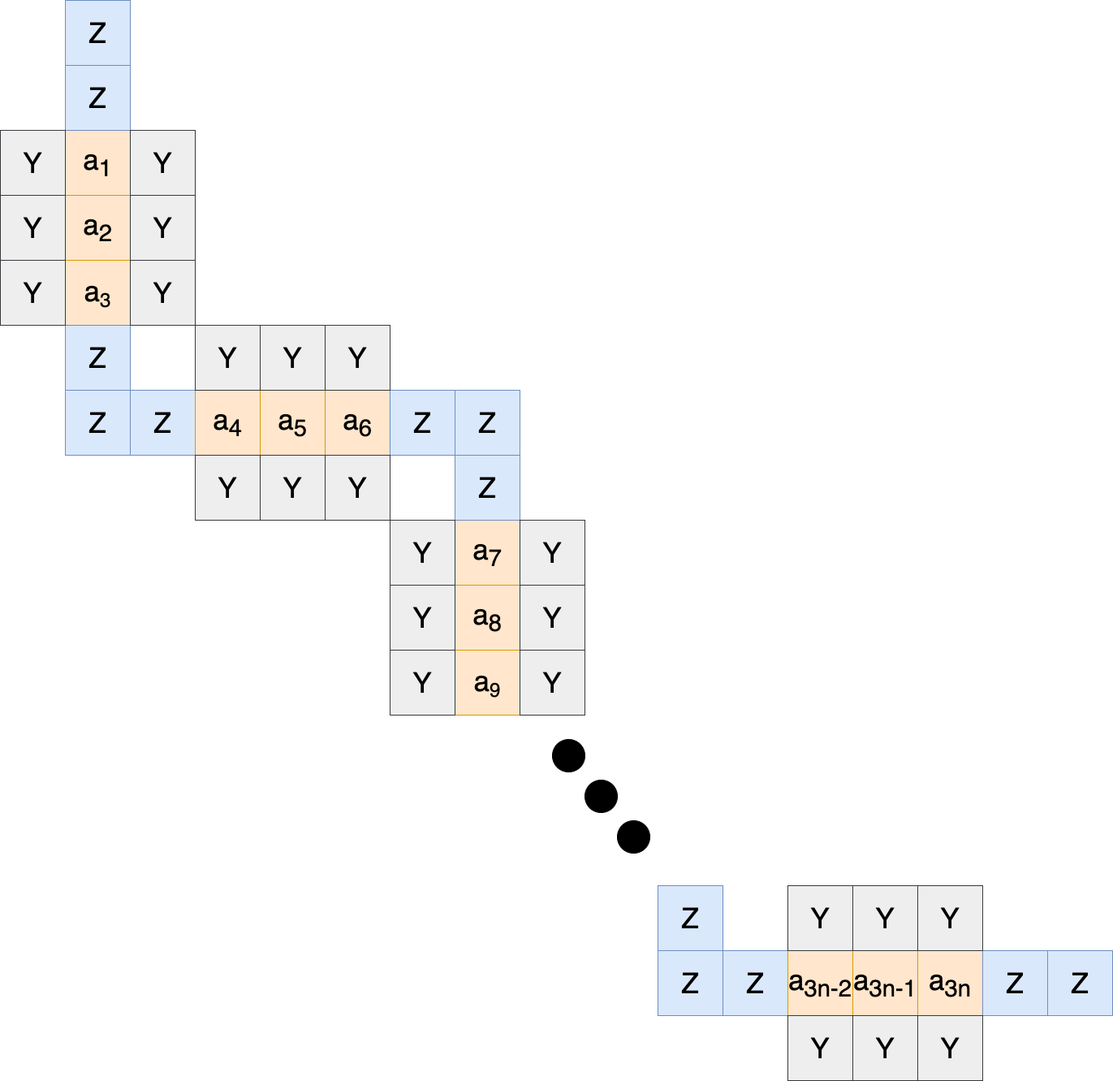
Earlier version of the draw.io export assets/images/bananagrams_big_correct.png (subhashk01/subhash-other-website). Source tidied: cells renumbered, new cells last; positions are measured from the earlier drawing's top-left corner, leaving out a move shared by most shapes.
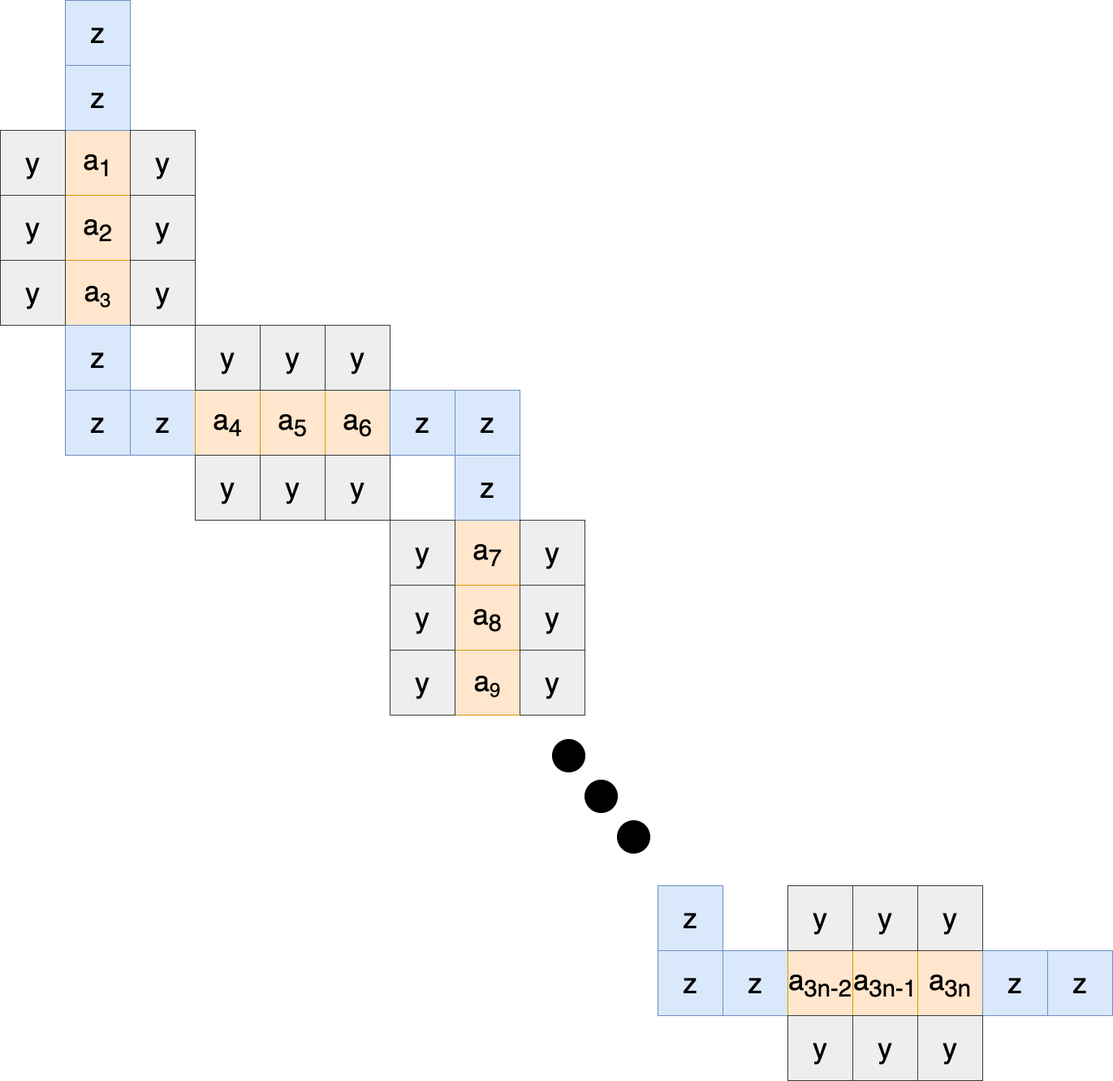
The same diagram one commit later.

Diff of the diagram source:
```diff
@@ -8,16 +8,16 @@
     <mxCell id="3" value="a&lt;sub&gt;2&lt;/sub&gt;" style="whiteSpace=wrap;html=1;fontSize=35;fontStyle=0;fillColor=#ffe6cc;strokeColor=#d79b00;" parent="1" vertex="1">
       <mxGeometry x="80" y="240" width="80" height="80" as="geometry" />
     </mxCell>
-    <mxCell id="4" value="Z" style="whiteSpace=wrap;html=1;fontSize=35;fontStyle=0;fillColor=#dae8fc;strokeColor=#6c8ebf;" parent="1" vertex="1">
+    <mxCell id="4" value="z" style="whiteSpace=wrap;html=1;fontSize=35;fontStyle=0;fillColor=#dae8fc;strokeColor=#6c8ebf;" parent="1" vertex="1">
       <mxGeometry x="80" y="80" width="80" height="80" as="geometry" />
     </mxCell>
     <mxCell id="5" value="a&lt;span style=&quot;font-size: 29.1667px;&quot;&gt;&lt;sub&gt;3&lt;/sub&gt;&lt;/span&gt;" style="whiteSpace=wrap;html=1;fontSize=35;fontStyle=0;fillColor=#ffe6cc;strokeColor=#d79b00;" parent="1" vertex="1">
       <mxGeometry x="80" y="320" width="80" height="80" as="geometry" />
     </mxCell>
-    <mxCell id="6" value="Z" style="whiteSpace=wrap;html=1;fontSize=35;fontStyle=0;fillColor=#dae8fc;strokeColor=#6c8ebf;" parent="1" vertex="1">
+    <mxCell id="6" value="z" style="whiteSpace=wrap;html=1;fontSize=35;fontStyle=0;fillColor=#dae8fc;strokeColor=#6c8ebf;" parent="1" vertex="1">
       <mxGeometry x="80" y="400" width="80" height="80" as="geometry" />
     </mxCell>
-    <mxCell id="7" value="Z" style="whiteSpace=wrap;html=1;fontSize=35;fontStyle=0;fillColor=#dae8fc;strokeColor=#6c8ebf;" parent="1" vertex="1">
+    <mxCell id="7" value="z" style="whiteSpace=wrap;html=1;fontSize=35;fontStyle=0;fillColor=#dae8fc;strokeColor=#6c8ebf;" parent="1" vertex="1">
       <mxGeometry x="160" y="480" width="80" height="80" as="geometry" />
     </mxCell>
     <mxCell id="8" value="a&lt;sub&gt;4&lt;/sub&gt;" style="whiteSpace=wrap;html=1;fontSize=35;fontStyle=0;fillColor=#ffe6cc;strokeColor=#d79b00;" parent="1" vertex="1">
@@ -26,55 +26,55 @@
     <mxCell id="9" value="a&lt;sub&gt;5&lt;/sub&gt;" style="whiteSpace=wrap;html=1;fontSize=35;fontStyle=0;fillColor=#ffe6cc;strokeColor=#d79b00;" parent="1" vertex="1">
       <mxGeometry x="320" y="480" width="80" height="80" as="geometry" />
     </mxCell>
-    <mxCell id="10" value="Z" style="whiteSpace=wrap;html=1;fontSize=35;fontStyle=0;fillColor=#dae8fc;strokeColor=#6c8ebf;" parent="1" vertex="1">
+    <mxCell id="10" value="z" style="whiteSpace=wrap;html=1;fontSize=35;fontStyle=0;fillColor=#dae8fc;strokeColor=#6c8ebf;" parent="1" vertex="1">
       <mxGeometry x="80" width="80" height="80" as="geometry" />
     </mxCell>
-    <mxCell id="11" value="Z" style="whiteSpace=wrap;html=1;fontSize=35;fontStyle=0;fillColor=#dae8fc;strokeColor=#6c8ebf;" parent="1" vertex="1">
+    <mxCell id="11" value="z" style="whiteSpace=wrap;html=1;fontSize=35;fontStyle=0;fillColor=#dae8fc;strokeColor=#6c8ebf;" parent="1" vertex="1">
       <mxGeometry x="80" y="480" width="80" height="80" as="geometry" />
     </mxCell>
     <mxCell id="12" value="a&lt;sub&gt;6&lt;/sub&gt;" style="whiteSpace=wrap;html=1;fontSize=35;fontStyle=0;fillColor=#ffe6cc;strokeColor=#d79b00;" parent="1" vertex="1">
       <mxGeometry x="400" y="480" width="80" height="80" as="geometry" />
     </mxCell>
-    <mxCell id="13" value="Z" style="whiteSpace=wrap;html=1;fontSize=35;fontStyle=0;fillColor=#dae8fc;strokeColor=#6c8ebf;" parent="1" vertex="1">
+    <mxCell id="13" value="z" style="whiteSpace=wrap;html=1;fontSize=35;fontStyle=0;fillColor=#dae8fc;strokeColor=#6c8ebf;" parent="1" vertex="1">
       <mxGeometry x="480" y="480" width="80" height="80" as="geometry" />
     </mxCell>
-    <mxCell id="14" value="Z" style="whiteSpace=wrap;html=1;fontSize=35;fontStyle=0;fillColor=#dae8fc;strokeColor=#6c8ebf;" parent="1" vertex="1">
+    <mxCell id="14" value="z" style="whiteSpace=wrap;html=1;fontSize=35;fontStyle=0;fillColor=#dae8fc;strokeColor=#6c8ebf;" parent="1" vertex="1">
       <mxGeometry x="560" y="480" width="80" height="80" as="geometry" />
     </mxCell>
-    <mxCell id="15" value="Y" style="whiteSpace=wrap;html=1;fontSize=35;fontStyle=0;fillColor=#eeeeee;strokeColor=#36393d;" parent="1" vertex="1">
+    <mxCell id="15" value="y" style="whiteSpace=wrap;html=1;fontSize=35;fontStyle=0;fillColor=#eeeeee;strokeColor=#36393d;" parent="1" vertex="1">
       <mxGeometry x="160" y="160" width="80" height="80" as="geometry" />
     </mxCell>
-    <mxCell id="16" value="Y" style="whiteSpace=wrap;html=1;fontSize=35;fontStyle=0;fillColor=#eeeeee;strokeColor=#36393d;" parent="1" vertex="1">
+    <mxCell id="16" value="y" style="whiteSpace=wrap;html=1;fontSize=35;fontStyle=0;fillColor=#eeeeee;strokeColor=#36393d;" parent="1" vertex="1">
       <mxGeometry x="160" y="240" width="80" height="80" as="geometry" />
     </mxCell>
-    <mxCell id="17" value="Y" style="whiteSpace=wrap;html=1;fontSize=35;fontStyle=0;fillColor=#eeeeee;strokeColor=#36393d;" parent="1" vertex="1">
+    <mxCell id="17" value="y" style="whiteSpace=wrap;html=1;fontSize=35;fontStyle=0;fillColor=#eeeeee;strokeColor=#36393d;" parent="1" vertex="1">
       <mxGeometry x="160" y="320" width="80" height="80" as="geometry" />
     </mxCell>
-    <mxCell id="18" value="Y" style="whiteSpace=wrap;html=1;fontSize=35;fontStyle=0;fillColor=#eeeeee;strokeColor=#36393d;" parent="1" vertex="1">
+    <mxCell id="18" value="y" style="whiteSpace=wrap;html=1;fontSize=35;fontStyle=0;fillColor=#eeeeee;strokeColor=#36393d;" parent="1" vertex="1">
       <mxGeometry y="160" width="80" height="80" as="geometry" />
     </mxCell>
-    <mxCell id="19" value="Y" style="whiteSpace=wrap;html=1;fontSize=35;fontStyle=0;fillColor=#eeeeee;strokeColor=#36393d;" parent="1" vertex="1">
+    <mxCell id="19" value="y" style="whiteSpace=wrap;html=1;fontSize=35;fontStyle=0;fillColor=#eeeeee;strokeColor=#36393d;" parent="1" vertex="1">
       <mxGeometry y="240" width="80" height="80" as="geometry" />
     </mxCell>
-    <mxCell id="20" value="Y" style="whiteSpace=wrap;html=1;fontSize=35;fontStyle=0;fillColor=#eeeeee;strokeColor=#36393d;" parent="1" vertex="1">
+    <mxCell id="20" value="y" style="whiteSpace=wrap;html=1;fontSize=35;fontStyle=0;fillColor=#eeeeee;strokeColor=#36393d;" parent="1" vertex="1">
       <mxGeometry y="320" width="80" height="80" as="geometry" />
     </mxCell>
-    <mxCell id="21" value="Y" style="whiteSpace=wrap;html=1;fontSize=35;fontStyle=0;fillColor=#eeeeee;strokeColor=#36393d;" parent="1" vertex="1">
+    <mxCell id="21" value="y" style="whiteSpace=wrap;html=1;fontSize=35;fontStyle=0;fillColor=#eeeeee;strokeColor=#36393d;" parent="1" vertex="1">
       <mxGeometry x="240" y="400" width="80" height="80" as="geometry" />
     </mxCell>
-    <mxCell id="22" value="Y" style="whiteSpace=wrap;html=1;fontSize=35;fontStyle=0;fillColor=#eeeeee;strokeColor=#36393d;" parent="1" vertex="1">
+    <mxCell id="22" value="y" style="whiteSpace=wrap;html=1;fontSize=35;fontStyle=0;fillColor=#eeeeee;strokeColor=#36393d;" parent="1" vertex="1">
       <mxGeometry x="320" y="400" width="80" height="80" as="geometry" />
     </mxCell>
-    <mxCell id="23" value="Y" style="whiteSpace=wrap;html=1;fontSize=35;fontStyle=0;fillColor=#eeeeee;strokeColor=#36393d;" parent="1" vertex="1">
+    <mxCell id="23" value="y" style="whiteSpace=wrap;html=1;fontSize=35;fontStyle=0;fillColor=#eeeeee;strokeColor=#36393d;" parent="1" vertex="1">
       <mxGeometry x="400" y="400" width="80" height="80" as="geometry" />
     </mxCell>
-    <mxCell id="24" value="Y" style="whiteSpace=wrap;html=1;fontSize=35;fontStyle=0;fillColor=#eeeeee;strokeColor=#36393d;" parent="1" vertex="1">
+    <mxCell id="24" value="y" style="whiteSpace=wrap;html=1;fontSize=35;fontStyle=0;fillColor=#eeeeee;strokeColor=#36393d;" parent="1" vertex="1">
       <mxGeometry x="240" y="560" width="80" height="80" as="geometry" />
     </mxCell>
-    <mxCell id="25" value="Y" style="whiteSpace=wrap;html=1;fontSize=35;fontStyle=0;fillColor=#eeeeee;strokeColor=#36393d;" parent="1" vertex="1">
+    <mxCell id="25" value="y" style="whiteSpace=wrap;html=1;fontSize=35;fontStyle=0;fillColor=#eeeeee;strokeColor=#36393d;" parent="1" vertex="1">
       <mxGeometry x="320" y="560" width="80" height="80" as="geometry" />
     </mxCell>
-    <mxCell id="26" value="Y" style="whiteSpace=wrap;html=1;fontSize=35;fontStyle=0;fillColor=#eeeeee;strokeColor=#36393d;" parent="1" vertex="1">
+    <mxCell id="26" value="y" style="whiteSpace=wrap;html=1;fontSize=35;fontStyle=0;fillColor=#eeeeee;strokeColor=#36393d;" parent="1" vertex="1">
       <mxGeometry x="400" y="560" width="80" height="80" as="geometry" />
     </mxCell>
     <mxCell id="27" value="a&lt;sub&gt;7&lt;/sub&gt;" style="whiteSpace=wrap;html=1;fontSize=35;fontStyle=0;fillColor=#ffe6cc;strokeColor=#d79b00;" parent="1" vertex="1">
@@ -83,16 +83,16 @@
     <mxCell id="28" value="a&lt;sub&gt;8&lt;/sub&gt;" style="whiteSpace=wrap;html=1;fontSize=35;fontStyle=0;fillColor=#ffe6cc;strokeColor=#d79b00;" parent="1" vertex="1">
       <mxGeometry x="560" y="720" width="80" height="80" as="geometry" />
     </mxCell>
-    <mxCell id="29" value="Z" style="whiteSpace=wrap;html=1;fontSize=35;fontStyle=0;fillColor=#dae8fc;strokeColor=#6c8ebf;" parent="1" vertex="1">
+    <mxCell id="29" value="z" style="whiteSpace=wrap;html=1;fontSize=35;fontStyle=0;fillColor=#dae8fc;strokeColor=#6c8ebf;" parent="1" vertex="1">
       <mxGeometry x="560" y="560" width="80" height="80" as="geometry" />
     </mxCell>
     <mxCell id="30" value="a&lt;span style=&quot;font-size: 29.1667px;&quot;&gt;&lt;sub&gt;9&lt;/sub&gt;&lt;/span&gt;" style="whiteSpace=wrap;html=1;fontSize=35;fontStyle=0;fillColor=#ffe6cc;strokeColor=#d79b00;" parent="1" vertex="1">
       <mxGeometry x="560" y="800" width="80" height="80" as="geometry" />
     </mxCell>
-    <mxCell id="31" value="Z" style="whiteSpace=wrap;html=1;fontSize=35;fontStyle=0;fillColor=#dae8fc;strokeColor=#6c8ebf;" parent="1" vertex="1">
+    <mxCell id="31" value="z" style="whiteSpace=wrap;html=1;fontSize=35;fontStyle=0;fillColor=#dae8fc;strokeColor=#6c8ebf;" parent="1" vertex="1">
       <mxGeometry x="810" y="1090" width="80" height="80" as="geometry" />
     </mxCell>
-    <mxCell id="32" value="Z" style="whiteSpace=wrap;html=1;fontSize=35;fontStyle=0;fillColor=#dae8fc;strokeColor=#6c8ebf;" parent="1" vertex="1">
+    <mxCell id="32" value="z" style="whiteSpace=wrap;html=1;fontSize=35;fontStyle=0;fillColor=#dae8fc;strokeColor=#6c8ebf;" parent="1" vertex="1">
       <mxGeometry x="890" y="1170" width="80" height="80" as="geometry" />
     </mxCell>
     <mxCell id="33" value="a&lt;sub&gt;3n-2&lt;/sub&gt;" style="whiteSpace=wrap;html=1;fontSize=35;fontStyle=0;fillColor=#ffe6cc;strokeColor=#d79b00;" parent="1" vertex="1">
@@ -101,52 +101,52 @@
     <mxCell id="34" value="a&lt;sub&gt;3n-1&lt;/sub&gt;" style="whiteSpace=wrap;html=1;fontSize=35;fontStyle=0;fillColor=#ffe6cc;strokeColor=#d79b00;" parent="1" vertex="1">
       <mxGeometry x="1050" y="1170" width="80" height="80" as="geometry" />
     </mxCell>
-    <mxCell id="35" value="Z" style="whiteSpace=wrap;html=1;fontSize=35;fontStyle=0;fillColor=#dae8fc;strokeColor=#6c8ebf;" parent="1" vertex="1">
+    <mxCell id="35" value="z" style="whiteSpace=wrap;html=1;fontSize=35;fontStyle=0;fillColor=#dae8fc;strokeColor=#6c8ebf;" parent="1" vertex="1">
       <mxGeometry x="810" y="1170" width="80" height="80" as="geometry" />
     </mxCell>
     <mxCell id="36" value="a&lt;sub&gt;3n&lt;/sub&gt;" style="whiteSpace=wrap;html=1;fontSize=35;fontStyle=0;fillColor=#ffe6cc;strokeColor=#d79b00;" parent="1" vertex="1">
       <mxGeometry x="1130" y="1170" width="80" height="80" as="geometry" />
     </mxCell>
-    <mxCell id="37" value="Z" style="whiteSpace=wrap;html=1;fontSize=35;fontStyle=0;fillColor=#dae8fc;strokeColor=#6c8ebf;" parent="1" vertex="1">
+    <mxCell id="37" value="z" style="whiteSpace=wrap;html=1;fontSize=35;fontStyle=0;fillColor=#dae8fc;strokeColor=#6c8ebf;" parent="1" vertex="1">
       <mxGeometry x="1210" y="1170" width="80" height="80" as="geometry" />
     </mxCell>
-    <mxCell id="38" value="Z" style="whiteSpace=wrap;html=1;fontSize=35;fontStyle=0;fillColor=#dae8fc;strokeColor=#6c8ebf;" parent="1" vertex="1">
+    <mxCell id="38" value="z" style="whiteSpace=wrap;html=1;fontSize=35;fontStyle=0;fillColor=#dae8fc;strokeColor=#6c8ebf;" parent="1" vertex="1">
       <mxGeometry x="1290" y="1170" width="80" height="80" as="geometry" />
     </mxCell>
-    <mxCell id="39" value="Y" style="whiteSpace=wrap;html=1;fontSize=35;fontStyle=0;fillColor=#eeeeee;strokeColor=#36393d;" parent="1" vertex="1">
+    <mxCell id="39" value="y" style="whiteSpace=wrap;html=1;fontSize=35;fontStyle=0;fillColor=#eeeeee;strokeColor=#36393d;" parent="1" vertex="1">
       <mxGeometry x="640" y="640" width="80" height="80" as="geometry" />
     </mxCell>
-    <mxCell id="40" value="Y" style="whiteSpace=wrap;html=1;fontSize=35;fontStyle=0;fillColor=#eeeeee;strokeColor=#36393d;" parent="1" vertex="1">
+    <mxCell id="40" value="y" style="whiteSpace=wrap;html=1;fontSize=35;fontStyle=0;fillColor=#eeeeee;strokeColor=#36393d;" parent="1" vertex="1">
       <mxGeometry x="640" y="720" width="80" height="80" as="geometry" />
     </mxCell>
-    <mxCell id="41" value="Y" style="whiteSpace=wrap;html=1;fontSize=35;fontStyle=0;fillColor=#eeeeee;strokeColor=#36393d;" parent="1" vertex="1">
+    <mxCell id="41" value="y" style="whiteSpace=wrap;html=1;fontSize=35;fontStyle=0;fillColor=#eeeeee;strokeColor=#36393d;" parent="1" vertex="1">
       <mxGeometry x="640" y="800" width="80" height="80" as="geometry" />
     </mxCell>
-    <mxCell id="42" value="Y" style="whiteSpace=wrap;html=1;fontSize=35;fontStyle=0;fillColor=#eeeeee;strokeColor=#36393d;" parent="1" vertex="1">
+    <mxCell id="42" value="y" style="whiteSpace=wrap;html=1;fontSize=35;fontStyle=0;fillColor=#eeeeee;strokeColor=#36393d;" parent="1" vertex="1">
       <mxGeometry x="480" y="640" width="80" height="80" as="geometry" />
     </mxCell>
-    <mxCell id="43" value="Y" style="whiteSpace=wrap;html=1;fontSize=35;fontStyle=0;fillColor=#eeeeee;strokeColor=#36393d;" parent="1" vertex="1">
+    <mxCell id="43" value="y" style="whiteSpace=wrap;html=1;fontSize=35;fontStyle=0;fillColor=#eeeeee;strokeColor=#36393d;" parent="1" vertex="1">
       <mxGeometry x="480" y="720" width="80" height="80" as="geometry" />
     </mxCell>
-    <mxCell id="44" value="Y" style="whiteSpace=wrap;html=1;fontSize=35;fontStyle=0;fillColor=#eeeeee;strokeColor=#36393d;" parent="1" vertex="1">
+    <mxCell id="44" value="y" style="whiteSpace=wrap;html=1;fontSize=35;fontStyle=0;fillColor=#eeeeee;strokeColor=#36393d;" parent="1" vertex="1">
       <mxGeometry x="480" y="800" width="80" height="80" as="geometry" />
     </mxCell>
-    <mxCell id="45" value="Y" style="whiteSpace=wrap;html=1;fontSize=35;fontStyle=0;fillColor=#eeeeee;strokeColor=#36393d;" parent="1" vertex="1">
+    <mxCell id="45" value="y" style="whiteSpace=wrap;html=1;fontSize=35;fontStyle=0;fillColor=#eeeeee;strokeColor=#36393d;" parent="1" vertex="1">
       <mxGeometry x="970" y="1090" width="80" height="80" as="geometry" />
     </mxCell>
-    <mxCell id="46" value="Y" style="whiteSpace=wrap;html=1;fontSize=35;fontStyle=0;fillColor=#eeeeee;strokeColor=#36393d;" parent="1" vertex="1">
+    <mxCell id="46" value="y" style="whiteSpace=wrap;html=1;fontSize=35;fontStyle=0;fillColor=#eeeeee;strokeColor=#36393d;" parent="1" vertex="1">
       <mxGeometry x="1050" y="1090" width="80" height="80" as="geometry" />
     </mxCell>
-    <mxCell id="47" value="Y" style="whiteSpace=wrap;html=1;fontSize=35;fontStyle=0;fillColor=#eeeeee;strokeColor=#36393d;" parent="1" vertex="1">
+    <mxCell id="47" value="y" style="whiteSpace=wrap;html=1;fontSize=35;fontStyle=0;fillColor=#eeeeee;strokeColor=#36393d;" parent="1" vertex="1">
       <mxGeometry x="1130" y="1090" width="80" height="80" as="geometry" />
     </mxCell>
-    <mxCell id="48" value="Y" style="whiteSpace=wrap;html=1;fontSize=35;fontStyle=0;fillColor=#eeeeee;strokeColor=#36393d;" parent="1" vertex="1">
+    <mxCell id="48" value="y" style="whiteSpace=wrap;html=1;fontSize=35;fontStyle=0;fillColor=#eeeeee;strokeColor=#36393d;" parent="1" vertex="1">
       <mxGeometry x="970" y="1250" width="80" height="80" as="geometry" />
     </mxCell>
-    <mxCell id="49" value="Y" style="whiteSpace=wrap;html=1;fontSize=35;fontStyle=0;fillColor=#eeeeee;strokeColor=#36393d;" parent="1" vertex="1">
+    <mxCell id="49" value="y" style="whiteSpace=wrap;html=1;fontSize=35;fontStyle=0;fillColor=#eeeeee;strokeColor=#36393d;" parent="1" vertex="1">
       <mxGeometry x="1050" y="1250" width="80" height="80" as="geometry" />
     </mxCell>
-    <mxCell id="50" value="Y" style="whiteSpace=wrap;html=1;fontSize=35;fontStyle=0;fillColor=#eeeeee;strokeColor=#36393d;" parent="1" vertex="1">
+    <mxCell id="50" value="y" style="whiteSpace=wrap;html=1;fontSize=35;fontStyle=0;fillColor=#eeeeee;strokeColor=#36393d;" parent="1" vertex="1">
       <mxGeometry x="1130" y="1250" width="80" height="80" as="geometry" />
     </mxCell>
     <mxCell id="51" style="ellipse;whiteSpace=wrap;html=1;fillColor=#000000;" parent="1" vertex="1">
```
